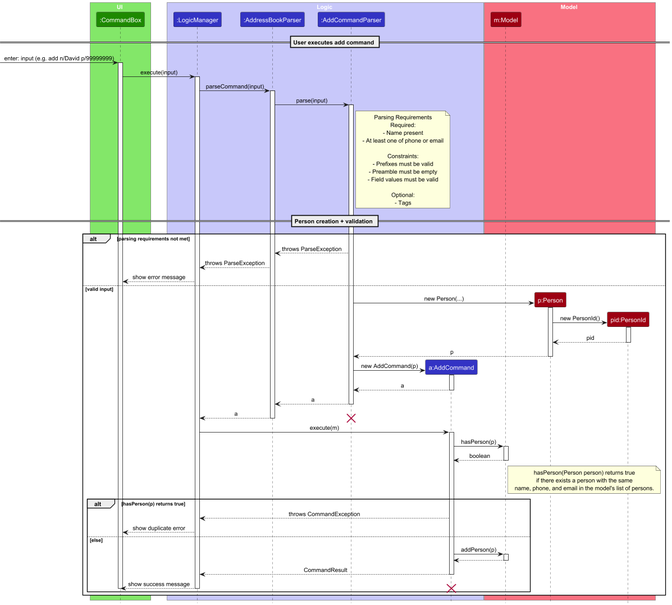
Before: docs/images/AddSequenceDiagram.png, a diagram exported from PlantUML (darrenlhs/tp). The source it was exported from:
```plantuml
@startuml
!include style.puml
skinparam ArrowFontStyle plain

box UI UI_COLOR_T1
participant ":CommandBox" as CommandBox UI_COLOR
end box

box Logic LOGIC_COLOR_T1
participant ":LogicManager" as LogicManager LOGIC_COLOR
participant ":AddressBookParser" as AddressBookParser LOGIC_COLOR
participant ":AddCommandParser" as AddCommandParser LOGIC_COLOR
participant "a:AddCommand" as AddCommand LOGIC_COLOR
end box

box Model MODEL_COLOR_T1
participant "m:Model" as Model MODEL_COLOR
participant "p:Person" as Person MODEL_COLOR
participant "pid:PersonId" as PersonId MODEL_COLOR
end box

== User executes add command ==

[-> CommandBox : enter: input (e.g. add n/David p/99999999)
activate CommandBox

CommandBox -> LogicManager : execute(input)
activate LogicManager

LogicManager -> AddressBookParser : parseCommand(input)
activate AddressBookParser

AddressBookParser -> AddCommandParser : parse(input)
activate AddCommandParser

note right of AddCommandParser
Parsing Requirements
Required:
- Name present
- At least one of phone or email

Constraints:
- Prefixes must be valid
- Preamble must be empty
- Field values must be valid

Optional:
- Tags
end note

== Person creation + validation ==

alt parsing requirements not met
    AddCommandParser --> AddressBookParser : throws ParseException
    AddressBookParser --> LogicManager : throws ParseException
    LogicManager --> CommandBox : show error message

else valid input
    create Person
    AddCommandParser -> Person : new Person(...)
    activate Person

    create PersonId
    Person -> PersonId : new PersonId()
    activate PersonId
    PersonId --> Person : pid
    deactivate PersonId

    Person --> AddCommandParser : p
    deactivate Person

    create AddCommand
    AddCommandParser -> AddCommand : new AddCommand(p)
    activate AddCommand

    AddCommand --> AddCommandParser : a
    deactivate AddCommand

    AddCommandParser --> AddressBookParser : a
    deactivate AddCommandParser

    AddressBookParser --> LogicManager : a
    deactivate AddressBookParser
    destroy AddCommandParser

    LogicManager -> AddCommand : execute(m)
    activate AddCommand

    AddCommand -> Model : hasPerson(p)
    activate Model
    Model --> AddCommand : boolean
    deactivate Model

    note right of Model
    hasPerson(Person person) returns true
    if there exists a person with the same
    name, phone, and email in the model's list of persons.
    end note

    alt hasPerson(p) returns true
        AddCommand --> LogicManager : throws CommandException
        LogicManager --> CommandBox : show duplicate error

    else else
        AddCommand -> Model : addPerson(p)
        activate Model
        Model --> AddCommand
        deactivate Model

        AddCommand --> LogicManager : CommandResult
        deactivate AddCommand
        LogicManager --> CommandBox : show success message
        destroy AddCommand
        deactivate LogicManager
        deactivate CommandBox
    end
end


deactivate LogicManager
deactivate CommandBox

@enduml
```
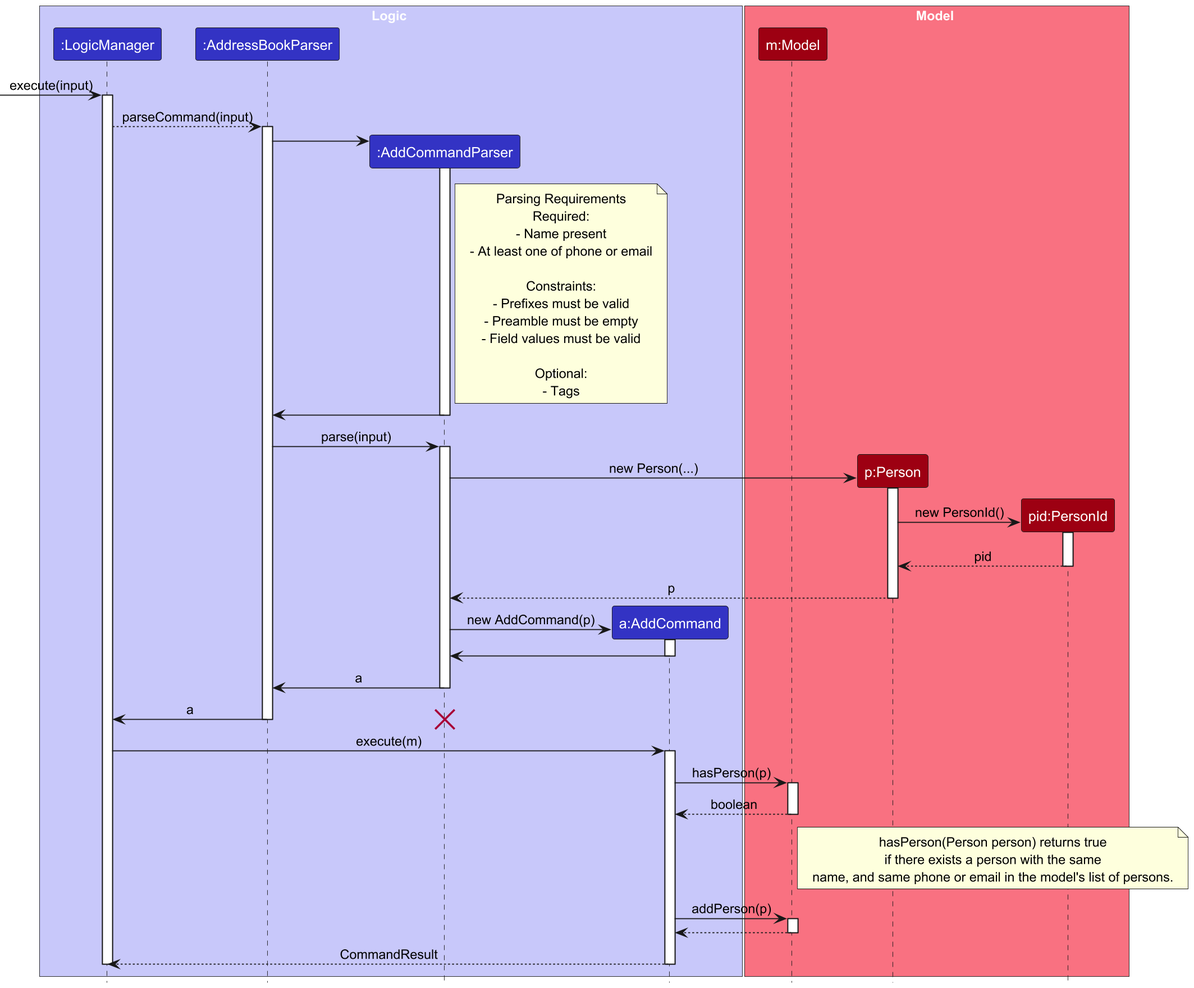
After the commit.

Commit message:
Change sequence diagrams

The edit, as a diff of the source:
```diff
@@ -1,10 +1,7 @@
 @startuml
 !include style.puml
 skinparam ArrowFontStyle plain
-
-box UI UI_COLOR_T1
-participant ":CommandBox" as CommandBox UI_COLOR
-end box
+scale 3
 
 box Logic LOGIC_COLOR_T1
 participant ":LogicManager" as LogicManager LOGIC_COLOR
@@ -19,20 +16,14 @@
 participant "pid:PersonId" as PersonId MODEL_COLOR
 end box
 
-== User executes add command ==
-
-[-> CommandBox : enter: input (e.g. add n/David p/99999999)
-activate CommandBox
-
-CommandBox -> LogicManager : execute(input)
+-> LogicManager : execute(input)
 activate LogicManager
 
-LogicManager -> AddressBookParser : parseCommand(input)
+LogicManager --> AddressBookParser : parseCommand(input)
 activate AddressBookParser
+create AddCommandParser
 
-AddressBookParser -> AddCommandParser : parse(input)
-activate AddCommandParser
-
+AddressBookParser -> AddCommandParser
 note right of AddCommandParser
 Parsing Requirements
 Required:
@@ -47,77 +38,65 @@
 Optional:
 - Tags
 end note
+activate AddCommandParser
 
-== Person creation + validation ==
+AddCommandParser -> AddressBookParser
+deactivate AddCommandParser
 
-alt parsing requirements not met
-    AddCommandParser --> AddressBookParser : throws ParseException
-    AddressBookParser --> LogicManager : throws ParseException
-    LogicManager --> CommandBox : show error message
+AddressBookParser -> AddCommandParser : parse(input)
+activate AddCommandParser
 
-else valid input
-    create Person
-    AddCommandParser -> Person : new Person(...)
-    activate Person
+create Person
+AddCommandParser -> Person : new Person(...)
+activate Person
 
-    create PersonId
-    Person -> PersonId : new PersonId()
-    activate PersonId
-    PersonId --> Person : pid
-    deactivate PersonId
+create PersonId
+Person -> PersonId : new PersonId()
+activate PersonId
+PersonId --> Person : pid
+deactivate PersonId
 
-    Person --> AddCommandParser : p
-    deactivate Person
+Person --> AddCommandParser : p
+deactivate Person
 
-    create AddCommand
-    AddCommandParser -> AddCommand : new AddCommand(p)
-    activate AddCommand
+create AddCommand
+AddCommandParser -> AddCommand : new AddCommand(p)
+activate AddCommand
 
-    AddCommand --> AddCommandParser : a
-    deactivate AddCommand
+AddCommand -> AddCommandParser
+deactivate AddCommand
 
-    AddCommandParser --> AddressBookParser : a
-    deactivate AddCommandParser
+AddCommandParser -> AddressBookParser : a
+deactivate AddCommandParser
+AddressBookParser -> LogicManager : a
+deactivate AddressBookParser
+destroy AddCommandParser
 
-    AddressBookParser --> LogicManager : a
-    deactivate AddressBookParser
-    destroy AddCommandParser
 
-    LogicManager -> AddCommand : execute(m)
-    activate AddCommand
+LogicManager -> AddCommand : execute(m)
+activate AddCommand
 
-    AddCommand -> Model : hasPerson(p)
+AddCommand -> Model : hasPerson(p)
+activate Model
+Model --> AddCommand : boolean
+deactivate Model
+
+note right of Model
+hasPerson(Person person) returns true
+if there exists a person with the same
+name, and same phone or email in the model's list of persons.
+end note
+
+    AddCommand -> Model : addPerson(p)
     activate Model
-    Model --> AddCommand : boolean
+    Model --> AddCommand
     deactivate Model
 
-    note right of Model
-    hasPerson(Person person) returns true
-    if there exists a person with the same
-    name, phone, and email in the model's list of persons.
-    end note
-
-    alt hasPerson(p) returns true
-        AddCommand --> LogicManager : throws CommandException
-        LogicManager --> CommandBox : show duplicate error
-
-    else else
-        AddCommand -> Model : addPerson(p)
-        activate Model
-        Model --> AddCommand
-        deactivate Model
-
-        AddCommand --> LogicManager : CommandResult
-        deactivate AddCommand
-        LogicManager --> CommandBox : show success message
-        destroy AddCommand
-        deactivate LogicManager
-        deactivate CommandBox
-    end
-end
+    AddCommand --> LogicManager : CommandResult
+    deactivate AddCommand
+    deactivate LogicManager
 
 
 deactivate LogicManager
-deactivate CommandBox
 
 @enduml
```
